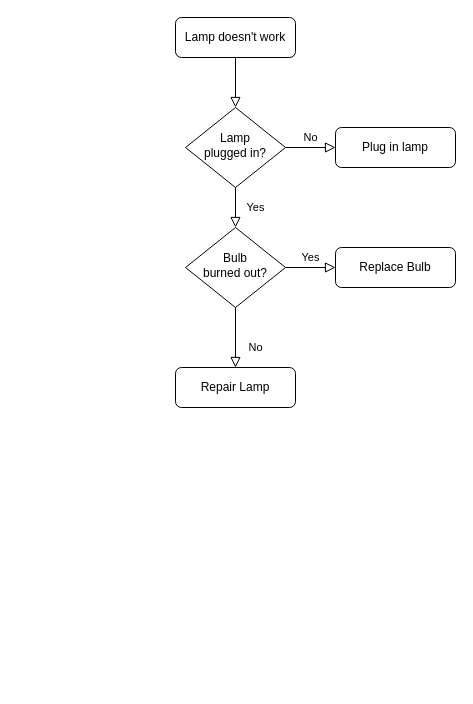
Earlier version of the draw.io diagram 下载流程.drawio (androidboss/android_uml). Source tidied: cells renumbered, new cells numbered last; positions are measured from the earlier drawing's top-left corner, leaving out a move shared by most shapes. Both pictures are drawn from the tidied source at 100%, with x=0, y=0 at pixel (175, 17).
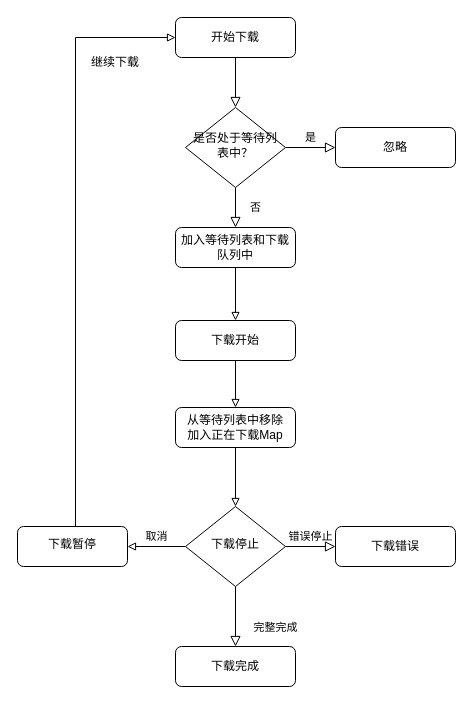
The same diagram, later.

Commit message:
更新下载流程.drawio

The edit, as a diff of the source:
```diff
@@
-    <mxCell id="3" value="Lamp doesn't work" style="rounded=1;whiteSpace=wrap;html=1;fontSize=12;glass=0;strokeWidth=1;shadow=0;" parent="1" vertex="1">
+    <mxCell id="3" value="开始下载" style="rounded=1;whiteSpace=wrap;html=1;fontSize=12;glass=0;strokeWidth=1;shadow=0;" parent="1" vertex="1">
       <mxGeometry width="120" height="40" as="geometry" />
     </mxCell>
-    <mxCell id="4" value="Yes" style="rounded=0;html=1;jettySize=auto;fontSize=11;endArrow=block;endFill=0;endSize=8;strokeWidth=1;shadow=0;labelBackgroundColor=none;edgeStyle=orthogonalEdgeStyle;" parent="1" edge="1" source="6" target="10">
+    <mxCell id="4" value="否" style="rounded=0;html=1;jettySize=auto;fontSize=11;endArrow=block;endFill=0;endSize=8;strokeWidth=1;shadow=0;labelBackgroundColor=none;edgeStyle=orthogonalEdgeStyle;entryX=0.5;entryY=0;entryDx=0;entryDy=0;" parent="1" edge="1" source="6" target="14">
       <mxGeometry y="20" relative="1" as="geometry" />
     </mxCell>
-    <mxCell id="5" value="No" style="edgeStyle=orthogonalEdgeStyle;rounded=0;html=1;jettySize=auto;fontSize=11;endArrow=block;endFill=0;endSize=8;strokeWidth=1;shadow=0;labelBackgroundColor=none;" parent="1" edge="1" source="6" target="7">
+    <mxCell id="5" value="是" style="edgeStyle=orthogonalEdgeStyle;rounded=0;html=1;jettySize=auto;fontSize=11;endArrow=block;endFill=0;endSize=8;strokeWidth=1;shadow=0;labelBackgroundColor=none;" parent="1" edge="1" source="6" target="7">
       <mxGeometry y="10" relative="1" as="geometry" />
     </mxCell>
-    <mxCell id="6" value="Lamp&lt;br&gt;plugged in?" style="rhombus;whiteSpace=wrap;html=1;shadow=0;fontFamily=Helvetica;fontSize=12;align=center;strokeWidth=1;spacing=6;spacingTop=-4;" parent="1" vertex="1">
+    <mxCell id="6" value="是否处于等待列表中？" style="rhombus;whiteSpace=wrap;html=1;shadow=0;fontFamily=Helvetica;fontSize=12;align=center;strokeWidth=1;spacing=6;spacingTop=-4;" parent="1" vertex="1">
       <mxGeometry x="10" y="90" width="100" height="80" as="geometry" />
     </mxCell>
-    <mxCell id="7" value="Plug in lamp" style="rounded=1;whiteSpace=wrap;html=1;fontSize=12;glass=0;strokeWidth=1;shadow=0;" parent="1" vertex="1">
+    <mxCell id="7" value="忽略" style="rounded=1;whiteSpace=wrap;html=1;fontSize=12;glass=0;strokeWidth=1;shadow=0;" parent="1" vertex="1">
       <mxGeometry x="160" y="110" width="120" height="40" as="geometry" />
     </mxCell>
-    <mxCell id="8" value="No" style="rounded=0;html=1;jettySize=auto;fontSize=11;endArrow=block;endFill=0;endSize=8;strokeWidth=1;shadow=0;labelBackgroundColor=none;edgeStyle=orthogonalEdgeStyle;" parent="1" edge="1" source="10" target="11">
-      <mxGeometry x="0.33" y="20" relative="1" as="geometry" />
+    <mxCell id="8" value="完整完成" style="rounded=0;html=1;jettySize=auto;fontSize=11;endArrow=block;endFill=0;endSize=8;strokeWidth=1;shadow=0;labelBackgroundColor=none;edgeStyle=orthogonalEdgeStyle;" parent="1" edge="1" source="10" target="11">
+      <mxGeometry x="0.37" y="40" relative="1" as="geometry" />
     </mxCell>
-    <mxCell id="9" value="Yes" style="edgeStyle=orthogonalEdgeStyle;rounded=0;html=1;jettySize=auto;fontSize=11;endArrow=block;endFill=0;endSize=8;strokeWidth=1;shadow=0;labelBackgroundColor=none;" parent="1" edge="1" source="10" target="12">
+    <mxCell id="9" value="错误停止" style="edgeStyle=orthogonalEdgeStyle;rounded=0;html=1;jettySize=auto;fontSize=11;endArrow=block;endFill=0;endSize=8;strokeWidth=1;shadow=0;labelBackgroundColor=none;" parent="1" edge="1" source="10" target="12">
       <mxGeometry y="10" relative="1" as="geometry" />
     </mxCell>
-    <mxCell id="10" value="Bulb&lt;br&gt;burned out?" style="rhombus;whiteSpace=wrap;html=1;shadow=0;fontFamily=Helvetica;fontSize=12;align=center;strokeWidth=1;spacing=6;spacingTop=-4;" parent="1" vertex="1">
-      <mxGeometry x="10" y="210" width="100" height="80" as="geometry" />
+    <mxCell id="10" value="下载停止" style="rhombus;whiteSpace=wrap;html=1;shadow=0;fontFamily=Helvetica;fontSize=12;align=center;strokeWidth=1;spacing=6;spacingTop=-4;" parent="1" vertex="1">
+      <mxGeometry x="10" y="489" width="100" height="80" as="geometry" />
     </mxCell>
-    <mxCell id="11" value="Repair Lamp" style="rounded=1;whiteSpace=wrap;html=1;fontSize=12;glass=0;strokeWidth=1;shadow=0;" parent="1" vertex="1">
-      <mxGeometry y="350" width="120" height="40" as="geometry" />
+    <mxCell id="11" value="下载完成" style="rounded=1;whiteSpace=wrap;html=1;fontSize=12;glass=0;strokeWidth=1;shadow=0;" parent="1" vertex="1">
+      <mxGeometry y="629" width="120" height="40" as="geometry" />
     </mxCell>
-    <mxCell id="12" value="Replace Bulb" style="rounded=1;whiteSpace=wrap;html=1;fontSize=12;glass=0;strokeWidth=1;shadow=0;" parent="1" vertex="1">
-      <mxGeometry x="160" y="230" width="120" height="40" as="geometry" />
+    <mxCell id="12" value="下载错误" style="rounded=1;whiteSpace=wrap;html=1;fontSize=12;glass=0;strokeWidth=1;shadow=0;" parent="1" vertex="1">
+      <mxGeometry x="160" y="509" width="120" height="40" as="geometry" />
     </mxCell>
+    <mxCell id="13" style="edgeStyle=orthogonalEdgeStyle;rounded=0;jettySize=auto;html=1;endArrow=block;endFill=0;" parent="1" edge="1" source="14" target="16">
+      <mxGeometry relative="1" as="geometry" />
+    </mxCell>
+    <mxCell id="14" value="加入等待列表和下载队列中" style="rounded=1;whiteSpace=wrap;html=1;fontSize=12;glass=0;strokeWidth=1;shadow=0;" parent="1" vertex="1">
+      <mxGeometry y="210" width="120" height="40" as="geometry" />
+    </mxCell>
+    <mxCell id="15" style="edgeStyle=orthogonalEdgeStyle;rounded=0;jettySize=auto;html=1;endArrow=block;endFill=0;" parent="1" edge="1" source="16" target="18">
+      <mxGeometry relative="1" as="geometry" />
+    </mxCell>
+    <mxCell id="16" value="下载开始" style="rounded=1;whiteSpace=wrap;html=1;fontSize=12;glass=0;strokeWidth=1;shadow=0;" parent="1" vertex="1">
+      <mxGeometry y="303" width="120" height="40" as="geometry" />
+    </mxCell>
+    <mxCell id="17" style="edgeStyle=orthogonalEdgeStyle;rounded=0;jettySize=auto;html=1;endArrow=block;endFill=0;" parent="1" edge="1" source="18" target="10">
+      <mxGeometry relative="1" as="geometry" />
+    </mxCell>
+    <mxCell id="18" value="从等待列表中移除&lt;br&gt;加入正在下载Map" style="rounded=1;whiteSpace=wrap;html=1;fontSize=12;glass=0;strokeWidth=1;shadow=0;" parent="1" vertex="1">
+      <mxGeometry y="390" width="120" height="40" as="geometry" />
+    </mxCell>
+    <mxCell id="19" style="edgeStyle=orthogonalEdgeStyle;rounded=0;jettySize=auto;html=1;entryX=0;entryY=0.5;entryDx=0;entryDy=0;endArrow=block;endFill=0;" parent="1" edge="1" target="3">
+      <mxGeometry relative="1" as="geometry">
+        <mxPoint x="-150" y="529" as="sourcePoint" />
+        <Array as="points">
+          <mxPoint x="-150" y="530" />
+          <mxPoint x="-100" y="530" />
+          <mxPoint x="-100" y="20" />
+        </Array>
+      </mxGeometry>
+    </mxCell>
+    <mxCell id="20" value="下载暂停" style="rounded=1;whiteSpace=wrap;html=1;shadow=0;strokeWidth=1;spacing=6;spacingTop=-4;" parent="1" vertex="1">
+      <mxGeometry x="-158" y="509" width="110" height="40" as="geometry" />
+    </mxCell>
+    <mxCell id="21" value="取消" style="edgeStyle=orthogonalEdgeStyle;rounded=0;html=1;jettySize=auto;fontSize=11;endArrow=none;endFill=0;endSize=8;strokeWidth=1;shadow=0;labelBackgroundColor=none;entryX=0;entryY=0.5;entryDx=0;entryDy=0;exitX=1;exitY=0.5;exitDx=0;exitDy=0;startArrow=block;startFill=0;" parent="1" edge="1" source="20" target="10">
+      <mxGeometry y="10" relative="1" as="geometry" />
+    </mxCell>
+    <mxCell id="22" value="继续下载" style="text;html=1;strokeColor=none;fillColor=none;align=center;verticalAlign=middle;whiteSpace=wrap;rounded=0;" parent="1" vertex="1">
+      <mxGeometry x="-90" y="30" width="60" height="30" as="geometry" />
+    </mxCell>
```
